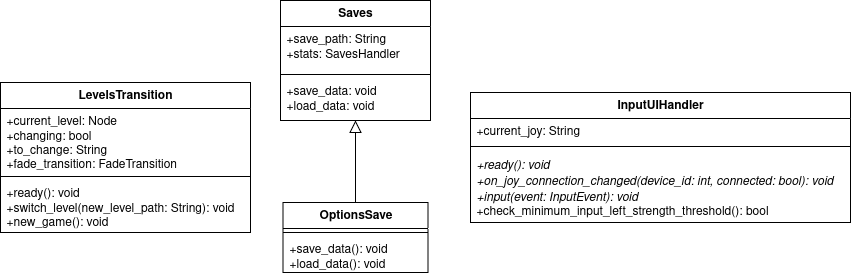
Before: Documentazione/source/imgs/class-autoloads.png, a diagram exported from draw.io (fliposab/ProgettoStage). Source tidied: cells renumbered, new cells last; positions are measured from the earlier drawing's top-left corner, leaving out a move shared by most shapes. Its diagram source:
```xml
<mxGraphModel>
  <root>
    <mxCell id="0" />
    <mxCell id="1" parent="0" />
    <mxCell id="2" value="LevelsTransition" style="swimlane;fontStyle=1;align=center;verticalAlign=top;horizontal=1;startSize=26;whiteSpace=wrap;html=1;" parent="1" vertex="1">
      <mxGeometry y="82" width="250" height="150" as="geometry" />
    </mxCell>
    <mxCell id="3" value="&lt;div&gt;+current_level: Node&lt;/div&gt;&lt;div&gt;+changing: bool&lt;/div&gt;&lt;div&gt;+to_change: String&lt;/div&gt;&lt;div&gt;+fade_transition: FadeTransition&lt;/div&gt;" style="text;strokeColor=none;fillColor=none;align=left;verticalAlign=top;spacingLeft=4;spacingRight=4;overflow=hidden;whiteSpace=wrap;html=1;" parent="2" vertex="1">
      <mxGeometry y="26" width="250" height="64" as="geometry" />
    </mxCell>
    <mxCell id="4" style="line;strokeWidth=1;fillColor=none;align=left;verticalAlign=middle;spacingTop=-1;spacingLeft=3;spacingRight=3;labelPosition=right;strokeColor=inherit;" parent="2" vertex="1">
      <mxGeometry y="90" width="250" height="8" as="geometry" />
    </mxCell>
    <mxCell id="5" value="&lt;div&gt;+ready(): void&lt;/div&gt;&lt;div&gt;+switch_level(new_level_path: String): void&lt;/div&gt;&lt;div&gt;+new_game(): void&lt;/div&gt;&lt;div&gt;&lt;br&gt;&lt;/div&gt;" style="text;strokeColor=none;fillColor=none;align=left;verticalAlign=top;spacingLeft=4;spacingRight=4;overflow=hidden;whiteSpace=wrap;html=1;" parent="2" vertex="1">
      <mxGeometry y="98" width="250" height="52" as="geometry" />
    </mxCell>
    <mxCell id="6" style="edgeStyle=orthogonalEdgeStyle;rounded=0;jettySize=auto;html=1;endArrow=block;endFill=0;endSize=10;" parent="1" edge="1" source="7" target="14">
      <mxGeometry relative="1" as="geometry" />
    </mxCell>
    <mxCell id="7" value="OptionsSave" style="swimlane;fontStyle=1;align=center;verticalAlign=top;horizontal=1;startSize=26;whiteSpace=wrap;html=1;" parent="1" vertex="1">
      <mxGeometry x="282.5" y="202" width="145" height="70" as="geometry" />
    </mxCell>
    <mxCell id="8" style="line;strokeWidth=1;fillColor=none;align=left;verticalAlign=middle;spacingTop=-1;spacingLeft=3;spacingRight=3;labelPosition=right;strokeColor=inherit;" parent="7" vertex="1">
      <mxGeometry y="26" width="145" height="8" as="geometry" />
    </mxCell>
    <mxCell id="9" value="&lt;div&gt;+save_data(): void&lt;/div&gt;&lt;div&gt;+load_data(): void&lt;/div&gt;" style="text;strokeColor=none;fillColor=none;align=left;verticalAlign=top;spacingLeft=4;spacingRight=4;overflow=hidden;whiteSpace=wrap;html=1;" parent="7" vertex="1">
      <mxGeometry y="34" width="145" height="36" as="geometry" />
    </mxCell>
    <mxCell id="10" value="InputUIHandler" style="swimlane;fontStyle=1;align=center;verticalAlign=top;horizontal=1;startSize=26;whiteSpace=wrap;html=1;" parent="1" vertex="1">
      <mxGeometry x="470" y="92" width="380" height="130" as="geometry" />
    </mxCell>
    <mxCell id="11" value="&lt;div&gt;+current_joy: String&lt;/div&gt;&lt;div&gt;&lt;br&gt;&lt;/div&gt;" style="text;strokeColor=none;fillColor=none;align=left;verticalAlign=top;spacingLeft=4;spacingRight=4;overflow=hidden;points=[[0,0.5],[1,0.5]];portConstraint=eastwest;whiteSpace=wrap;html=1;" parent="10" vertex="1">
      <mxGeometry y="26" width="380" height="24" as="geometry" />
    </mxCell>
    <mxCell id="12" style="line;strokeWidth=1;fillColor=none;align=left;verticalAlign=middle;spacingTop=-1;spacingLeft=3;spacingRight=3;labelPosition=right;strokeColor=inherit;" parent="10" vertex="1">
      <mxGeometry y="50" width="380" height="8" as="geometry" />
    </mxCell>
    <mxCell id="13" value="&lt;div&gt;&lt;i&gt;+ready(): void&lt;/i&gt;&lt;/div&gt;&lt;div&gt;&lt;i&gt;+on_joy_connection_changed(device_id: int, connected: bool): void&amp;nbsp;&lt;/i&gt;&lt;/div&gt;&lt;div&gt;&lt;i&gt;+input(event: InputEvent): void&lt;/i&gt;&lt;/div&gt;&lt;div&gt;+check_minimum_input_left_strength_threshold(): bool&lt;/div&gt;" style="text;strokeColor=none;fillColor=none;align=left;verticalAlign=top;spacingLeft=4;spacingRight=4;overflow=hidden;whiteSpace=wrap;html=1;" parent="10" vertex="1">
      <mxGeometry y="58" width="380" height="72" as="geometry" />
    </mxCell>
    <mxCell id="14" value="Saves" style="swimlane;fontStyle=1;align=center;verticalAlign=top;horizontal=1;startSize=26;whiteSpace=wrap;html=1;" parent="1" vertex="1">
      <mxGeometry x="280" width="150" height="120" as="geometry" />
    </mxCell>
    <mxCell id="15" value="&lt;div&gt;+save_path: String&lt;/div&gt;&lt;div&gt;+stats: SavesHandler&lt;/div&gt;" style="text;strokeColor=none;fillColor=none;align=left;verticalAlign=top;spacingLeft=4;spacingRight=4;overflow=hidden;whiteSpace=wrap;html=1;" parent="14" vertex="1">
      <mxGeometry y="26" width="150" height="44" as="geometry" />
    </mxCell>
    <mxCell id="16" style="line;strokeWidth=1;fillColor=none;align=left;verticalAlign=middle;spacingTop=-1;spacingLeft=3;spacingRight=3;labelPosition=right;strokeColor=inherit;" parent="14" vertex="1">
      <mxGeometry y="70" width="150" height="8" as="geometry" />
    </mxCell>
    <mxCell id="17" value="&lt;div&gt;+save_data: void&lt;/div&gt;&lt;div&gt;+load_data: void&lt;/div&gt;" style="text;strokeColor=none;fillColor=none;align=left;verticalAlign=top;spacingLeft=4;spacingRight=4;overflow=hidden;whiteSpace=wrap;html=1;" parent="14" vertex="1">
      <mxGeometry y="78" width="150" height="42" as="geometry" />
    </mxCell>
  </root>
</mxGraphModel>
```
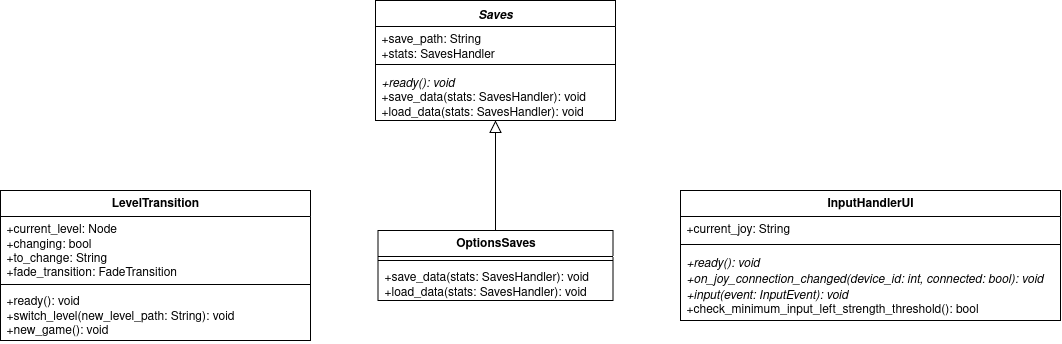
The same file after the commit.

Diff of the diagram source:
```diff
@@ -2,53 +2,53 @@
   <root>
     <mxCell id="0" />
     <mxCell id="1" parent="0" />
-    <mxCell id="2" value="LevelsTransition" style="swimlane;fontStyle=1;align=center;verticalAlign=top;horizontal=1;startSize=26;whiteSpace=wrap;html=1;" parent="1" vertex="1">
-      <mxGeometry y="82" width="250" height="150" as="geometry" />
+    <mxCell id="2" value="LevelTransition" style="swimlane;fontStyle=1;align=center;verticalAlign=top;horizontal=1;startSize=26;whiteSpace=wrap;html=1;" parent="1" vertex="1">
+      <mxGeometry x="10" y="192" width="310" height="150" as="geometry" />
     </mxCell>
     <mxCell id="3" value="&lt;div&gt;+current_level: Node&lt;/div&gt;&lt;div&gt;+changing: bool&lt;/div&gt;&lt;div&gt;+to_change: String&lt;/div&gt;&lt;div&gt;+fade_transition: FadeTransition&lt;/div&gt;" style="text;strokeColor=none;fillColor=none;align=left;verticalAlign=top;spacingLeft=4;spacingRight=4;overflow=hidden;whiteSpace=wrap;html=1;" parent="2" vertex="1">
-      <mxGeometry y="26" width="250" height="64" as="geometry" />
+      <mxGeometry y="26" width="310" height="64" as="geometry" />
     </mxCell>
     <mxCell id="4" style="line;strokeWidth=1;fillColor=none;align=left;verticalAlign=middle;spacingTop=-1;spacingLeft=3;spacingRight=3;labelPosition=right;strokeColor=inherit;" parent="2" vertex="1">
-      <mxGeometry y="90" width="250" height="8" as="geometry" />
+      <mxGeometry y="90" width="310" height="8" as="geometry" />
     </mxCell>
     <mxCell id="5" value="&lt;div&gt;+ready(): void&lt;/div&gt;&lt;div&gt;+switch_level(new_level_path: String): void&lt;/div&gt;&lt;div&gt;+new_game(): void&lt;/div&gt;&lt;div&gt;&lt;br&gt;&lt;/div&gt;" style="text;strokeColor=none;fillColor=none;align=left;verticalAlign=top;spacingLeft=4;spacingRight=4;overflow=hidden;whiteSpace=wrap;html=1;" parent="2" vertex="1">
-      <mxGeometry y="98" width="250" height="52" as="geometry" />
+      <mxGeometry y="98" width="310" height="52" as="geometry" />
     </mxCell>
-    <mxCell id="6" style="edgeStyle=orthogonalEdgeStyle;rounded=0;jettySize=auto;html=1;endArrow=block;endFill=0;endSize=10;" parent="1" edge="1" source="7" target="14">
-      <mxGeometry relative="1" as="geometry" />
+    <mxCell id="6" value="&lt;i&gt;Saves&lt;/i&gt;" style="swimlane;fontStyle=1;align=center;verticalAlign=top;horizontal=1;startSize=26;whiteSpace=wrap;html=1;" parent="1" vertex="1">
+      <mxGeometry x="385" y="2" width="240" height="120" as="geometry" />
     </mxCell>
-    <mxCell id="7" value="OptionsSave" style="swimlane;fontStyle=1;align=center;verticalAlign=top;horizontal=1;startSize=26;whiteSpace=wrap;html=1;" parent="1" vertex="1">
-      <mxGeometry x="282.5" y="202" width="145" height="70" as="geometry" />
+    <mxCell id="7" value="&lt;div&gt;+save_path: String&lt;/div&gt;&lt;div&gt;+stats: SavesHandler&lt;/div&gt;" style="text;strokeColor=none;fillColor=none;align=left;verticalAlign=top;spacingLeft=4;spacingRight=4;overflow=hidden;points=[[0,0.5],[1,0.5]];portConstraint=eastwest;whiteSpace=wrap;html=1;" parent="6" vertex="1">
+      <mxGeometry y="26" width="240" height="34" as="geometry" />
     </mxCell>
-    <mxCell id="8" style="line;strokeWidth=1;fillColor=none;align=left;verticalAlign=middle;spacingTop=-1;spacingLeft=3;spacingRight=3;labelPosition=right;strokeColor=inherit;" parent="7" vertex="1">
-      <mxGeometry y="26" width="145" height="8" as="geometry" />
+    <mxCell id="8" style="line;strokeWidth=1;fillColor=none;align=left;verticalAlign=middle;spacingTop=-1;spacingLeft=3;spacingRight=3;labelPosition=right;strokeColor=inherit;" parent="6" vertex="1">
+      <mxGeometry y="60" width="240" height="8" as="geometry" />
     </mxCell>
-    <mxCell id="9" value="&lt;div&gt;+save_data(): void&lt;/div&gt;&lt;div&gt;+load_data(): void&lt;/div&gt;" style="text;strokeColor=none;fillColor=none;align=left;verticalAlign=top;spacingLeft=4;spacingRight=4;overflow=hidden;whiteSpace=wrap;html=1;" parent="7" vertex="1">
-      <mxGeometry y="34" width="145" height="36" as="geometry" />
+    <mxCell id="9" value="&lt;div&gt;&lt;i&gt;+ready(): void&amp;nbsp;&lt;/i&gt;&lt;/div&gt;&lt;div&gt;&lt;div&gt;+save_data(stats: SavesHandler): void&lt;/div&gt;&lt;div&gt;+load_data(stats: SavesHandler): void&lt;/div&gt;&lt;br&gt;&lt;/div&gt;" style="text;strokeColor=none;fillColor=none;align=left;verticalAlign=top;spacingLeft=4;spacingRight=4;overflow=hidden;whiteSpace=wrap;html=1;" parent="6" vertex="1">
+      <mxGeometry y="68" width="240" height="52" as="geometry" />
     </mxCell>
-    <mxCell id="10" value="InputUIHandler" style="swimlane;fontStyle=1;align=center;verticalAlign=top;horizontal=1;startSize=26;whiteSpace=wrap;html=1;" parent="1" vertex="1">
-      <mxGeometry x="470" y="92" width="380" height="130" as="geometry" />
+    <mxCell id="10" style="rounded=0;jettySize=auto;html=1;endArrow=block;endFill=0;endSize=10;" parent="1" edge="1" source="11" target="6">
+      <mxGeometry relative="1" as="geometry" />
     </mxCell>
-    <mxCell id="11" value="&lt;div&gt;+current_joy: String&lt;/div&gt;&lt;div&gt;&lt;br&gt;&lt;/div&gt;" style="text;strokeColor=none;fillColor=none;align=left;verticalAlign=top;spacingLeft=4;spacingRight=4;overflow=hidden;points=[[0,0.5],[1,0.5]];portConstraint=eastwest;whiteSpace=wrap;html=1;" parent="10" vertex="1">
-      <mxGeometry y="26" width="380" height="24" as="geometry" />
+    <mxCell id="11" value="OptionsSaves" style="swimlane;fontStyle=1;align=center;verticalAlign=top;horizontal=1;startSize=26;whiteSpace=wrap;html=1;" parent="1" vertex="1">
+      <mxGeometry x="387.5" y="232" width="235" height="70" as="geometry" />
     </mxCell>
-    <mxCell id="12" style="line;strokeWidth=1;fillColor=none;align=left;verticalAlign=middle;spacingTop=-1;spacingLeft=3;spacingRight=3;labelPosition=right;strokeColor=inherit;" parent="10" vertex="1">
-      <mxGeometry y="50" width="380" height="8" as="geometry" />
+    <mxCell id="12" style="line;strokeWidth=1;fillColor=none;align=left;verticalAlign=middle;spacingTop=-1;spacingLeft=3;spacingRight=3;labelPosition=right;strokeColor=inherit;" parent="11" vertex="1">
+      <mxGeometry y="26" width="235" height="8" as="geometry" />
     </mxCell>
-    <mxCell id="13" value="&lt;div&gt;&lt;i&gt;+ready(): void&lt;/i&gt;&lt;/div&gt;&lt;div&gt;&lt;i&gt;+on_joy_connection_changed(device_id: int, connected: bool): void&amp;nbsp;&lt;/i&gt;&lt;/div&gt;&lt;div&gt;&lt;i&gt;+input(event: InputEvent): void&lt;/i&gt;&lt;/div&gt;&lt;div&gt;+check_minimum_input_left_strength_threshold(): bool&lt;/div&gt;" style="text;strokeColor=none;fillColor=none;align=left;verticalAlign=top;spacingLeft=4;spacingRight=4;overflow=hidden;whiteSpace=wrap;html=1;" parent="10" vertex="1">
-      <mxGeometry y="58" width="380" height="72" as="geometry" />
+    <mxCell id="13" value="&lt;div&gt;+save_data(stats: SavesHandler): void&lt;/div&gt;&lt;div&gt;+load_data(stats: SavesHandler): void&lt;/div&gt;" style="text;strokeColor=none;fillColor=none;align=left;verticalAlign=top;spacingLeft=4;spacingRight=4;overflow=hidden;whiteSpace=wrap;html=1;" parent="11" vertex="1">
+      <mxGeometry y="34" width="235" height="36" as="geometry" />
     </mxCell>
-    <mxCell id="14" value="Saves" style="swimlane;fontStyle=1;align=center;verticalAlign=top;horizontal=1;startSize=26;whiteSpace=wrap;html=1;" parent="1" vertex="1">
-      <mxGeometry x="280" width="150" height="120" as="geometry" />
+    <mxCell id="14" value="InputHandlerUI" style="swimlane;fontStyle=1;align=center;verticalAlign=top;horizontal=1;startSize=26;whiteSpace=wrap;html=1;" parent="1" vertex="1">
+      <mxGeometry x="690" y="192" width="380" height="130" as="geometry" />
     </mxCell>
-    <mxCell id="15" value="&lt;div&gt;+save_path: String&lt;/div&gt;&lt;div&gt;+stats: SavesHandler&lt;/div&gt;" style="text;strokeColor=none;fillColor=none;align=left;verticalAlign=top;spacingLeft=4;spacingRight=4;overflow=hidden;whiteSpace=wrap;html=1;" parent="14" vertex="1">
-      <mxGeometry y="26" width="150" height="44" as="geometry" />
+    <mxCell id="15" value="+current_joy: String" style="text;strokeColor=none;fillColor=none;align=left;verticalAlign=top;spacingLeft=4;spacingRight=4;overflow=hidden;whiteSpace=wrap;html=1;" parent="14" vertex="1">
+      <mxGeometry y="26" width="380" height="24" as="geometry" />
     </mxCell>
     <mxCell id="16" style="line;strokeWidth=1;fillColor=none;align=left;verticalAlign=middle;spacingTop=-1;spacingLeft=3;spacingRight=3;labelPosition=right;strokeColor=inherit;" parent="14" vertex="1">
-      <mxGeometry y="70" width="150" height="8" as="geometry" />
+      <mxGeometry y="50" width="380" height="8" as="geometry" />
     </mxCell>
-    <mxCell id="17" value="&lt;div&gt;+save_data: void&lt;/div&gt;&lt;div&gt;+load_data: void&lt;/div&gt;" style="text;strokeColor=none;fillColor=none;align=left;verticalAlign=top;spacingLeft=4;spacingRight=4;overflow=hidden;whiteSpace=wrap;html=1;" parent="14" vertex="1">
-      <mxGeometry y="78" width="150" height="42" as="geometry" />
+    <mxCell id="17" value="&lt;div&gt;&lt;i&gt;+ready(): void&lt;/i&gt;&lt;/div&gt;&lt;div&gt;&lt;i&gt;+on_joy_connection_changed(device_id: int, connected: bool): void&amp;nbsp;&lt;/i&gt;&lt;/div&gt;&lt;div&gt;&lt;i&gt;+input(event: InputEvent): void&lt;/i&gt;&lt;/div&gt;&lt;div&gt;+check_minimum_input_left_strength_threshold(): bool&lt;/div&gt;" style="text;strokeColor=none;fillColor=none;align=left;verticalAlign=top;spacingLeft=4;spacingRight=4;overflow=hidden;whiteSpace=wrap;html=1;" parent="14" vertex="1">
+      <mxGeometry y="58" width="380" height="72" as="geometry" />
     </mxCell>
   </root>
 </mxGraphModel>
```
